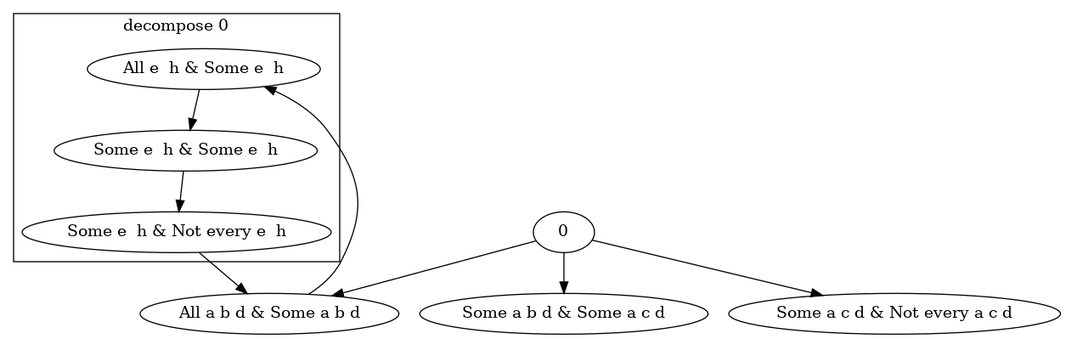
Earlier version of the Graphviz export test.gv.png (jopyslaw/SquareOfOpposition). Its source is kept beside it as test.gv.
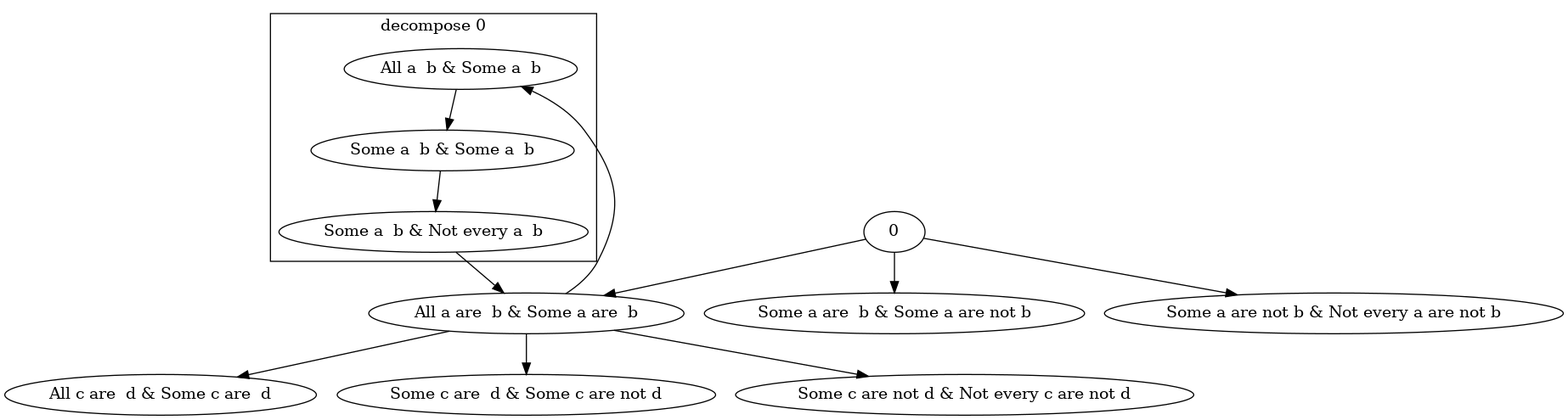
After the change.

Diff of the diagram source:
```diff
@@ -1,13 +1,16 @@
 digraph Spanning_tree {
-	0 -> "All a b d & Some a b d"
-	subgraph "cluster_All a b d & Some a b d" {
-		"All e  h & Some e  h" -> "Some e  h & Some e  h"
-		"Some e  h & Some e  h" -> "Some e  h & Not every e  h"
+	0 -> "All a are  b & Some a are  b"
+	subgraph "cluster_All a are  b & Some a are  b" {
+		"All a  b & Some a  b" -> "Some a  b & Some a  b"
+		"Some a  b & Some a  b" -> "Some a  b & Not every a  b"
 		label="decompose 0"
 		color=black
 	}
-	"All a b d & Some a b d" -> "All e  h & Some e  h"
-	"Some e  h & Not every e  h" -> "All a b d & Some a b d"
-	0 -> "Some a b d & Some a c d"
-	0 -> "Some a c d & Not every a c d"
+	"All a are  b & Some a are  b" -> "All a  b & Some a  b"
+	"Some a  b & Not every a  b" -> "All a are  b & Some a are  b"
+	0 -> "Some a are  b & Some a are not b"
+	0 -> "Some a are not b & Not every a are not b"
+	"All a are  b & Some a are  b" -> "All c are  d & Some c are  d"
+	"All a are  b & Some a are  b" -> "Some c are  d & Some c are not d"
+	"All a are  b & Some a are  b" -> "Some c are not d & Not every c are not d"
 }
```
